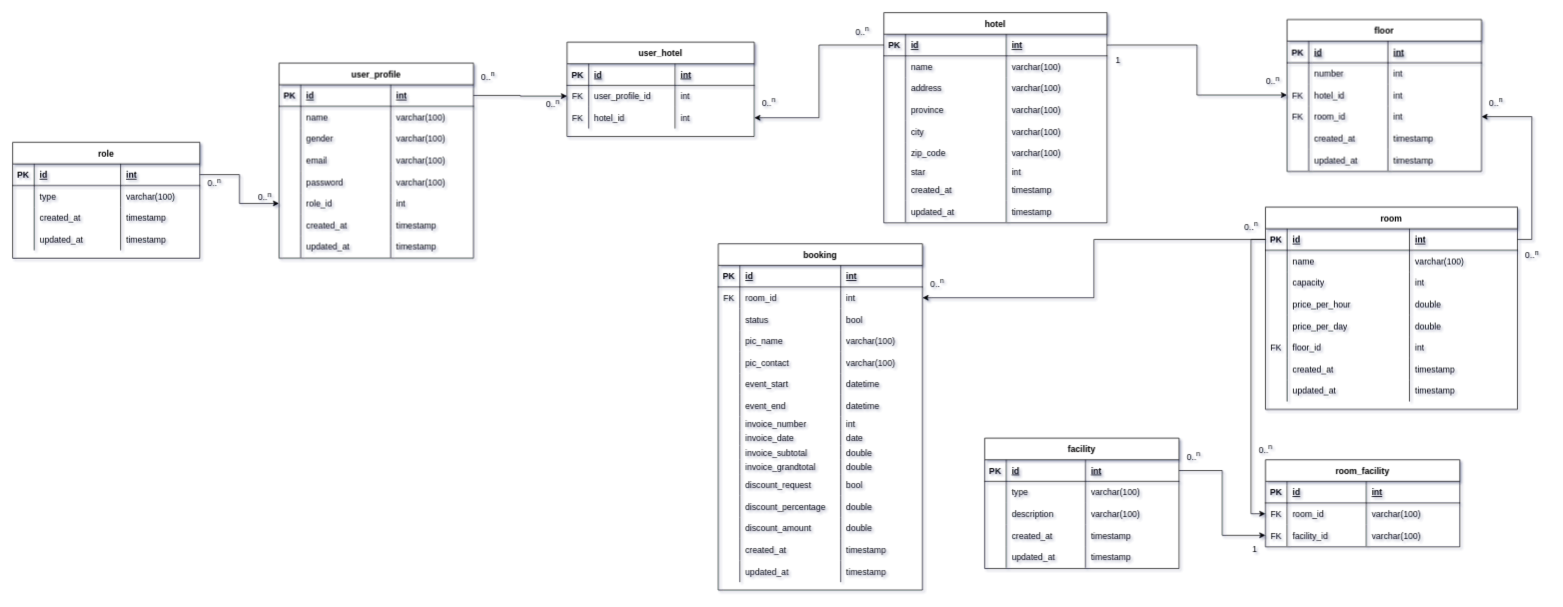
The draw.io diagram page "NEW ERD Master" (4 of 4) of entity_relationship_diagram/Booking_hotel.drawio in ariejanuarb/hotel_booking, before the edit. Source tidied: cells renumbered, new cells numbered last; positions are measured from the earlier drawing's top-left corner, leaving out a move shared by most shapes. Both pictures are drawn from the tidied source at 72%, with x=0, y=0 at pixel (12, 12).
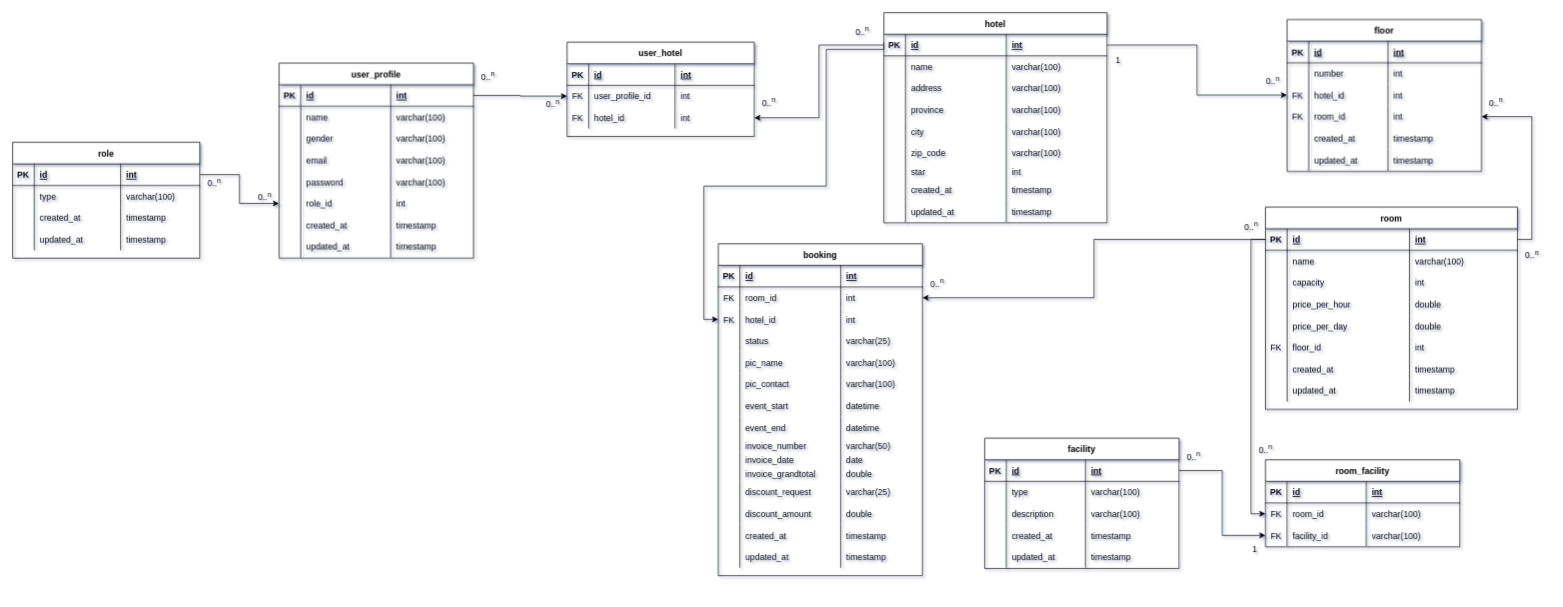
The same page after the edit.

Diff of the diagram source:
```diff
@@
     <mxCell id="150" value="booking" style="shape=table;startSize=30;childLayout=tableLayout;rowLines=0;fontStyle=1;align=center;" parent="1" vertex="1">
-      <mxGeometry x="980" y="321" width="283.6" height="481" as="geometry" />
+      <mxGeometry x="980" y="321" width="283.6" height="461" as="geometry" />
     </mxCell>
@@
+    <mxCell id="175" style="shape=partialRectangle;fillColor=none;points=[[0,0.5],[1,0.5]];portConstraint=eastwest;top=0;left=0;right=0;bottom=0;" parent="150" vertex="1">
+      <mxGeometry y="90" width="283.6" height="30" as="geometry" />
+    </mxCell>
+    <mxCell id="176" value="FK" style="shape=partialRectangle;overflow=hidden;fillColor=none;top=0;left=0;bottom=0;right=0;" parent="175" vertex="1">
+      <mxGeometry width="30" height="30" as="geometry" />
+    </mxCell>
+    <mxCell id="177" value="hotel_id" style="shape=partialRectangle;overflow=hidden;fillColor=none;top=0;left=0;bottom=0;right=0;align=left;spacingLeft=6;" parent="175" vertex="1">
+      <mxGeometry x="30" width="140" height="30" as="geometry" />
+    </mxCell>
+    <mxCell id="178" value="int" style="shape=partialRectangle;overflow=hidden;fillColor=none;top=0;left=0;bottom=0;right=0;align=left;spacingLeft=6;" parent="175" vertex="1">
+      <mxGeometry x="170" width="113.6" height="30" as="geometry" />
+    </mxCell>
     <mxCell id="159" style="shape=partialRectangle;fillColor=none;top=0;left=0;right=0;bottom=0;" parent="150" vertex="1">
-      <mxGeometry y="90" width="283.6" height="30" as="geometry" />
+      <mxGeometry y="120" width="283.6" height="30" as="geometry" />
     </mxCell>
@@
-    <mxCell id="162" value="bool" style="shape=partialRectangle;overflow=hidden;fillColor=none;top=0;left=0;bottom=0;right=0;align=left;spacingLeft=6;" parent="159" vertex="1">
+    <mxCell id="162" value="varchar(25)" style="shape=partialRectangle;overflow=hidden;fillColor=none;top=0;left=0;bottom=0;right=0;align=left;spacingLeft=6;" parent="159" vertex="1">
       <mxGeometry x="170" width="113.6" height="30" as="geometry" />
     </mxCell>
     <mxCell id="163" style="shape=partialRectangle;fillColor=none;top=0;left=0;right=0;bottom=0;" parent="150" vertex="1">
-      <mxGeometry y="120" width="283.6" height="30" as="geometry" />
+      <mxGeometry y="150" width="283.6" height="30" as="geometry" />
     </mxCell>
@@
     <mxCell id="167" style="shape=partialRectangle;fillColor=none;top=0;left=0;right=0;bottom=0;" parent="150" vertex="1">
-      <mxGeometry y="150" width="283.6" height="30" as="geometry" />
+      <mxGeometry y="180" width="283.6" height="30" as="geometry" />
     </mxCell>
@@
     <mxCell id="171" style="shape=partialRectangle;fillColor=none;top=0;left=0;right=0;bottom=0;" parent="150" vertex="1">
-      <mxGeometry y="180" width="283.6" height="30" as="geometry" />
+      <mxGeometry y="210" width="283.6" height="30" as="geometry" />
     </mxCell>
@@
-    <mxCell id="175" style="shape=partialRectangle;fillColor=none;points=[[0,0.5],[1,0.5]];portConstraint=eastwest;top=0;left=0;right=0;bottom=0;" parent="150" vertex="1">
-      <mxGeometry y="210" width="283.6" height="30" as="geometry" />
-    </mxCell>
-    <mxCell id="176" style="shape=partialRectangle;overflow=hidden;fillColor=none;top=0;left=0;bottom=0;right=0;" parent="175" vertex="1">
-      <mxGeometry width="30" height="30" as="geometry" />
-    </mxCell>
-    <mxCell id="177" value="event_end" style="shape=partialRectangle;overflow=hidden;fillColor=none;top=0;left=0;bottom=0;right=0;align=left;spacingLeft=6;" parent="175" vertex="1">
-      <mxGeometry x="30" width="140" height="30" as="geometry" />
-    </mxCell>
-    <mxCell id="178" value="datetime" style="shape=partialRectangle;overflow=hidden;fillColor=none;top=0;left=0;bottom=0;right=0;align=left;spacingLeft=6;" parent="175" vertex="1">
-      <mxGeometry x="170" width="113.6" height="30" as="geometry" />
-    </mxCell>
+    <mxCell id="282" style="shape=partialRectangle;fillColor=none;top=0;left=0;right=0;bottom=0;" parent="150" vertex="1">
+      <mxGeometry y="240" width="283.6" height="30" as="geometry" />
+    </mxCell>
+    <mxCell id="200" style="shape=partialRectangle;overflow=hidden;fillColor=none;top=0;left=0;bottom=0;right=0;" parent="282" vertex="1">
+      <mxGeometry width="30" height="30" as="geometry" />
+    </mxCell>
+    <mxCell id="283" value="event_end" style="shape=partialRectangle;overflow=hidden;fillColor=none;top=0;left=0;bottom=0;right=0;align=left;spacingLeft=6;" parent="282" vertex="1">
+      <mxGeometry x="30" width="140" height="30" as="geometry" />
+    </mxCell>
+    <mxCell id="284" value="datetime" style="shape=partialRectangle;overflow=hidden;fillColor=none;top=0;left=0;bottom=0;right=0;align=left;spacingLeft=6;" parent="282" vertex="1">
+      <mxGeometry x="170" width="113.6" height="30" as="geometry" />
+    </mxCell>
     <mxCell id="179" style="shape=partialRectangle;fillColor=none;top=0;left=0;right=0;bottom=0;" parent="150" vertex="1">
-      <mxGeometry y="240" width="283.6" height="20" as="geometry" />
+      <mxGeometry y="270" width="283.6" height="20" as="geometry" />
     </mxCell>
@@
-    <mxCell id="182" value="int" style="shape=partialRectangle;overflow=hidden;fillColor=none;top=0;left=0;bottom=0;right=0;align=left;spacingLeft=6;" parent="179" vertex="1">
+    <mxCell id="182" value="varchar(50)" style="shape=partialRectangle;overflow=hidden;fillColor=none;top=0;left=0;bottom=0;right=0;align=left;spacingLeft=6;" parent="179" vertex="1">
       <mxGeometry x="170" width="113.6" height="20" as="geometry" />
     </mxCell>
     <mxCell id="183" style="shape=partialRectangle;fillColor=none;top=0;left=0;right=0;bottom=0;" parent="150" vertex="1">
-      <mxGeometry y="260" width="283.6" height="20" as="geometry" />
+      <mxGeometry y="290" width="283.6" height="20" as="geometry" />
     </mxCell>
@@
-    <mxCell id="187" style="shape=partialRectangle;fillColor=none;top=0;left=0;right=0;bottom=0;" parent="150" vertex="1">
-      <mxGeometry y="280" width="283.6" height="20" as="geometry" />
-    </mxCell>
-    <mxCell id="188" style="shape=partialRectangle;overflow=hidden;fillColor=none;top=0;left=0;bottom=0;right=0;" parent="187" vertex="1">
-      <mxGeometry width="30" height="20" as="geometry" />
-    </mxCell>
-    <mxCell id="189" value="invoice_subtotal" style="shape=partialRectangle;overflow=hidden;fillColor=none;top=0;left=0;bottom=0;right=0;align=left;spacingLeft=6;" parent="187" vertex="1">
-      <mxGeometry x="30" width="140" height="20" as="geometry" />
-    </mxCell>
-    <mxCell id="190" value="double" style="shape=partialRectangle;overflow=hidden;fillColor=none;top=0;left=0;bottom=0;right=0;align=left;spacingLeft=6;" parent="187" vertex="1">
-      <mxGeometry x="170" width="113.6" height="20" as="geometry" />
-    </mxCell>
     <mxCell id="191" style="shape=partialRectangle;fillColor=none;top=0;left=0;right=0;bottom=0;" parent="150" vertex="1">
-      <mxGeometry y="300" width="283.6" height="20" as="geometry" />
+      <mxGeometry y="310" width="283.6" height="20" as="geometry" />
     </mxCell>
@@
     <mxCell id="195" style="shape=partialRectangle;fillColor=none;top=0;left=0;right=0;bottom=0;" parent="150" vertex="1">
-      <mxGeometry y="320" width="283.6" height="30" as="geometry" />
+      <mxGeometry y="330" width="283.6" height="30" as="geometry" />
     </mxCell>
@@
-    <mxCell id="198" value="bool" style="shape=partialRectangle;overflow=hidden;fillColor=none;top=0;left=0;bottom=0;right=0;align=left;spacingLeft=6;" parent="195" vertex="1">
+    <mxCell id="198" value="varchar(25)" style="shape=partialRectangle;overflow=hidden;fillColor=none;top=0;left=0;bottom=0;right=0;align=left;spacingLeft=6;" parent="195" vertex="1">
       <mxGeometry x="170" width="113.6" height="30" as="geometry" />
     </mxCell>
-    <mxCell id="199" style="shape=partialRectangle;fillColor=none;top=0;left=0;right=0;bottom=0;" parent="150" vertex="1">
-      <mxGeometry y="350" width="283.6" height="30" as="geometry" />
-    </mxCell>
-    <mxCell id="200" style="shape=partialRectangle;overflow=hidden;fillColor=none;top=0;left=0;bottom=0;right=0;" parent="199" vertex="1">
-      <mxGeometry width="30" height="30" as="geometry" />
-    </mxCell>
-    <mxCell id="201" value="discount_percentage" style="shape=partialRectangle;overflow=hidden;fillColor=none;top=0;left=0;bottom=0;right=0;align=left;spacingLeft=6;" parent="199" vertex="1">
-      <mxGeometry x="30" width="140" height="30" as="geometry" />
-    </mxCell>
-    <mxCell id="202" value="double" style="shape=partialRectangle;overflow=hidden;fillColor=none;top=0;left=0;bottom=0;right=0;align=left;spacingLeft=6;" parent="199" vertex="1">
-      <mxGeometry x="170" width="113.6" height="30" as="geometry" />
-    </mxCell>
     <mxCell id="203" style="shape=partialRectangle;fillColor=none;top=0;left=0;right=0;bottom=0;" parent="150" vertex="1">
-      <mxGeometry y="380" width="283.6" height="30" as="geometry" />
+      <mxGeometry y="360" width="283.6" height="30" as="geometry" />
     </mxCell>
@@
     <mxCell id="207" style="shape=partialRectangle;fillColor=none;top=0;left=0;right=0;bottom=0;" parent="150" vertex="1">
-      <mxGeometry y="410" width="283.6" height="30" as="geometry" />
+      <mxGeometry y="390" width="283.6" height="30" as="geometry" />
     </mxCell>
@@
     <mxCell id="211" style="shape=partialRectangle;fillColor=none;top=0;left=0;right=0;bottom=0;" parent="150" vertex="1">
-      <mxGeometry y="440" width="283.6" height="30" as="geometry" />
+      <mxGeometry y="420" width="283.6" height="30" as="geometry" />
     </mxCell>
@@
+    <mxCell id="285" style="edgeStyle=orthogonalEdgeStyle;rounded=0;jettySize=auto;html=1;entryX=0;entryY=0.5;entryDx=0;entryDy=0;" parent="1" edge="1" target="175">
+      <mxGeometry relative="1" as="geometry">
+        <mxPoint x="1210" y="41" as="sourcePoint" />
+        <Array as="points">
+          <mxPoint x="1210" y="51" />
+          <mxPoint x="1130" y="51" />
+          <mxPoint x="1130" y="241" />
+          <mxPoint x="960" y="241" />
+          <mxPoint x="960" y="426" />
+        </Array>
+      </mxGeometry>
+    </mxCell>
```
